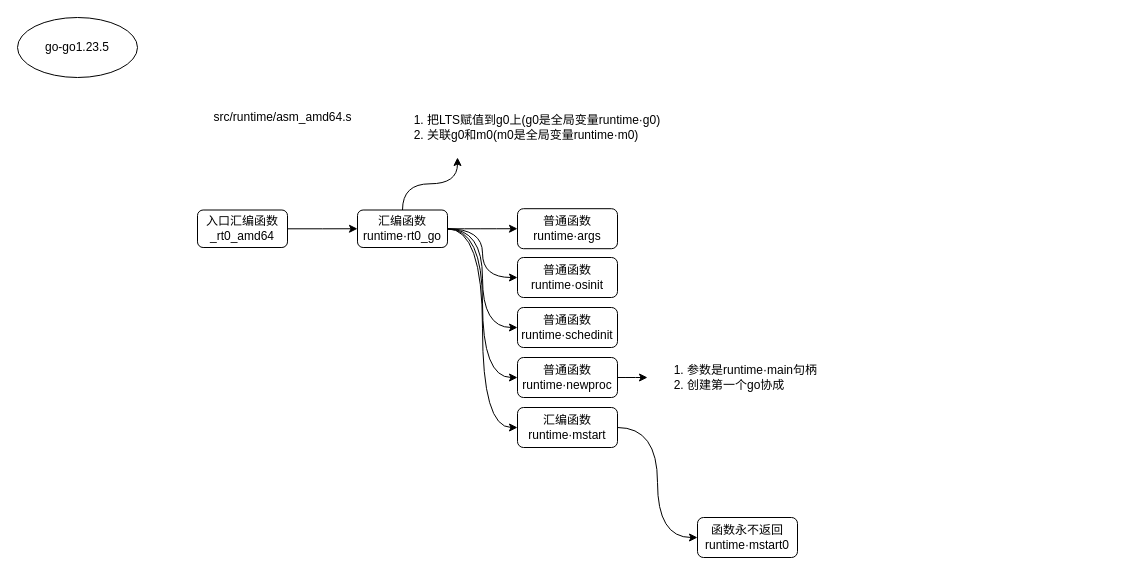
fire1220/annotation-go1.23.5 keeps this draw.io diagram as book/src/MGP.drawio. Above is the earlier version. Source tidied: cells renumbered, new cells numbered last; positions are measured from the earlier drawing's top-left corner, leaving out a move shared by most shapes. Both pictures are drawn from the tidied source at 100%, with x=0, y=0 at pixel (17, 17).
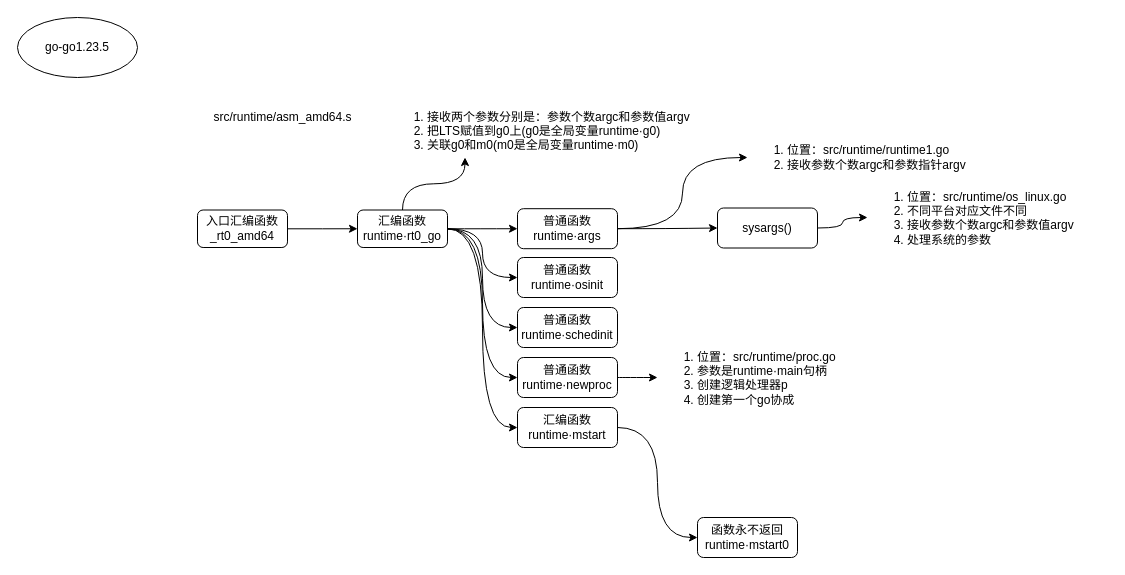
Above is the later version.

Unchanged cells that the change refers to:
```xml
<mxCell id="14" value="普通函数&lt;br&gt;runtime·args" style="rounded=1;whiteSpace=wrap;html=1;labelBackgroundColor=none;align=center;" parent="1" vertex="1">
  <mxGeometry x="500" y="191.2" width="100" height="40" as="geometry" />
</mxCell>
```

The edit, as a diff of the source:
```diff
@@
-    <mxCell id="13" value="&lt;ol style=&quot;font-size: 12px;&quot;&gt;&lt;li style=&quot;font-size: 12px;&quot;&gt;把LTS赋值到g0上(g0是全局变量&lt;span style=&quot;font-size: 12px;&quot;&gt;runtime·g0)&lt;/span&gt;&lt;/li&gt;&lt;li style=&quot;font-size: 12px;&quot;&gt;&lt;span style=&quot;font-size: 12px;&quot;&gt;关联g0和m0(m0是全局变量runtime·m0)&lt;/span&gt;&lt;/li&gt;&lt;/ol&gt;" style="text;strokeColor=none;fillColor=none;html=1;verticalAlign=middle;overflow=hidden;align=left;spacing=0;labelBorderColor=none;labelBackgroundColor=none;imageWidth=24;imageHeight=24;arcSize=12;fontSize=12;absoluteArcSize=0;fillOpacity=100;" parent="1" vertex="1">
-      <mxGeometry x="370" y="80" width="280" height="60" as="geometry" />
+    <mxCell id="13" value="&lt;ol style=&quot;font-size: 12px&quot;&gt;&lt;li style=&quot;font-size: 12px&quot;&gt;接收两个参数分别是：参数个数argc和参数值argv&lt;/li&gt;&lt;li style=&quot;font-size: 12px&quot;&gt;把LTS赋值到g0上(g0是全局变量&lt;span style=&quot;font-size: 12px&quot;&gt;runtime·g0)&lt;/span&gt;&lt;/li&gt;&lt;li style=&quot;font-size: 12px&quot;&gt;&lt;span style=&quot;font-size: 12px&quot;&gt;关联g0和m0(m0是全局变量runtime·m0)&lt;/span&gt;&lt;/li&gt;&lt;/ol&gt;" style="text;strokeColor=none;fillColor=none;html=1;verticalAlign=middle;overflow=hidden;align=left;spacing=0;labelBorderColor=none;labelBackgroundColor=none;imageWidth=24;imageHeight=24;arcSize=12;fontSize=12;absoluteArcSize=0;fillOpacity=100;" parent="1" vertex="1">
+      <mxGeometry x="370" y="80" width="310" height="60" as="geometry" />
     </mxCell>
+    <mxCell id="23" style="edgeStyle=orthogonalEdgeStyle;curved=1;rounded=0;jettySize=auto;html=1;entryX=0;entryY=0.5;entryDx=0;entryDy=0;fontSize=12;strokeWidth=1;" parent="1" edge="1" source="14" target="25">
+      <mxGeometry relative="1" as="geometry" />
+    </mxCell>
+    <mxCell id="24" style="edgeStyle=orthogonalEdgeStyle;curved=1;rounded=0;jettySize=auto;html=1;fontSize=12;strokeWidth=1;" parent="1" edge="1" source="14" target="27">
+      <mxGeometry relative="1" as="geometry" />
+    </mxCell>
@@
-    <mxCell id="22" value="&lt;ol style=&quot;font-size: 12px&quot;&gt;&lt;li style=&quot;font-size: 12px&quot;&gt;&lt;span style=&quot;text-align: center&quot;&gt;参数是runtime·main句柄&lt;/span&gt;&lt;br&gt;&lt;/li&gt;&lt;li style=&quot;font-size: 12px&quot;&gt;创建第一个go协成&lt;/li&gt;&lt;/ol&gt;" style="text;strokeColor=none;fillColor=none;html=1;verticalAlign=middle;overflow=hidden;align=left;spacing=0;labelBorderColor=none;labelBackgroundColor=none;imageWidth=24;imageHeight=24;arcSize=12;fontSize=12;absoluteArcSize=0;fillOpacity=100;" parent="1" vertex="1">
-      <mxGeometry x="630" y="330" width="180" height="60" as="geometry" />
+    <mxCell id="22" value="&lt;ol&gt;&lt;li&gt;&lt;span style=&quot;font-size: 12px ; text-align: center&quot;&gt;位置：&lt;/span&gt;src/runtime/proc.go&lt;/li&gt;&lt;li style=&quot;font-size: 12px&quot;&gt;&lt;span style=&quot;text-align: center&quot;&gt;参数是runtime·main句柄&lt;/span&gt;&lt;br&gt;&lt;/li&gt;&lt;li style=&quot;font-size: 12px&quot;&gt;创建逻辑处理器p&lt;/li&gt;&lt;li style=&quot;font-size: 12px&quot;&gt;创建第一个go协成&lt;/li&gt;&lt;/ol&gt;" style="text;strokeColor=none;fillColor=none;html=1;verticalAlign=middle;overflow=hidden;align=left;spacing=0;labelBorderColor=none;labelBackgroundColor=none;imageWidth=24;imageHeight=24;arcSize=12;fontSize=12;absoluteArcSize=0;fillOpacity=100;" parent="1" vertex="1">
+      <mxGeometry x="640" y="320" width="190" height="80" as="geometry" />
     </mxCell>
+    <mxCell id="25" value="&lt;ol&gt;&lt;li&gt;&lt;span style=&quot;font-size: 12px ; text-align: center&quot;&gt;位置：&lt;/span&gt;src/runtime/runtime1.go&lt;/li&gt;&lt;li style=&quot;font-size: 12px&quot;&gt;接收参数个数argc和参数指针argv&lt;/li&gt;&lt;/ol&gt;" style="text;strokeColor=none;fillColor=none;html=1;verticalAlign=middle;overflow=hidden;align=left;spacing=0;labelBorderColor=none;labelBackgroundColor=none;imageWidth=24;imageHeight=24;arcSize=12;fontSize=12;absoluteArcSize=0;fillOpacity=100;" parent="1" vertex="1">
+      <mxGeometry x="730" y="100" width="240" height="80" as="geometry" />
+    </mxCell>
+    <mxCell id="26" style="edgeStyle=orthogonalEdgeStyle;curved=1;rounded=0;jettySize=auto;html=1;fontSize=12;strokeWidth=1;" parent="1" edge="1" source="27" target="28">
+      <mxGeometry relative="1" as="geometry" />
+    </mxCell>
+    <mxCell id="27" value="sysargs()" style="rounded=1;whiteSpace=wrap;html=1;labelBackgroundColor=none;align=center;" parent="1" vertex="1">
+      <mxGeometry x="700" y="190.5" width="100" height="40" as="geometry" />
+    </mxCell>
+    <mxCell id="28" value="&lt;ol&gt;&lt;li&gt;&lt;span style=&quot;font-size: 12px ; text-align: center&quot;&gt;位置：&lt;/span&gt;src/runtime/os_linux.go&lt;/li&gt;&lt;li&gt;不同平台对应文件不同&lt;/li&gt;&lt;li style=&quot;font-size: 12px&quot;&gt;接收参数个数argc和参数值argv&lt;/li&gt;&lt;li style=&quot;font-size: 12px&quot;&gt;处理系统的参数&lt;/li&gt;&lt;/ol&gt;" style="text;strokeColor=none;fillColor=none;html=1;verticalAlign=middle;overflow=hidden;align=left;spacing=0;labelBorderColor=none;labelBackgroundColor=none;imageWidth=24;imageHeight=24;arcSize=12;fontSize=12;absoluteArcSize=0;fillOpacity=100;" parent="1" vertex="1">
+      <mxGeometry x="850" y="160" width="240" height="80" as="geometry" />
+    </mxCell>
```
